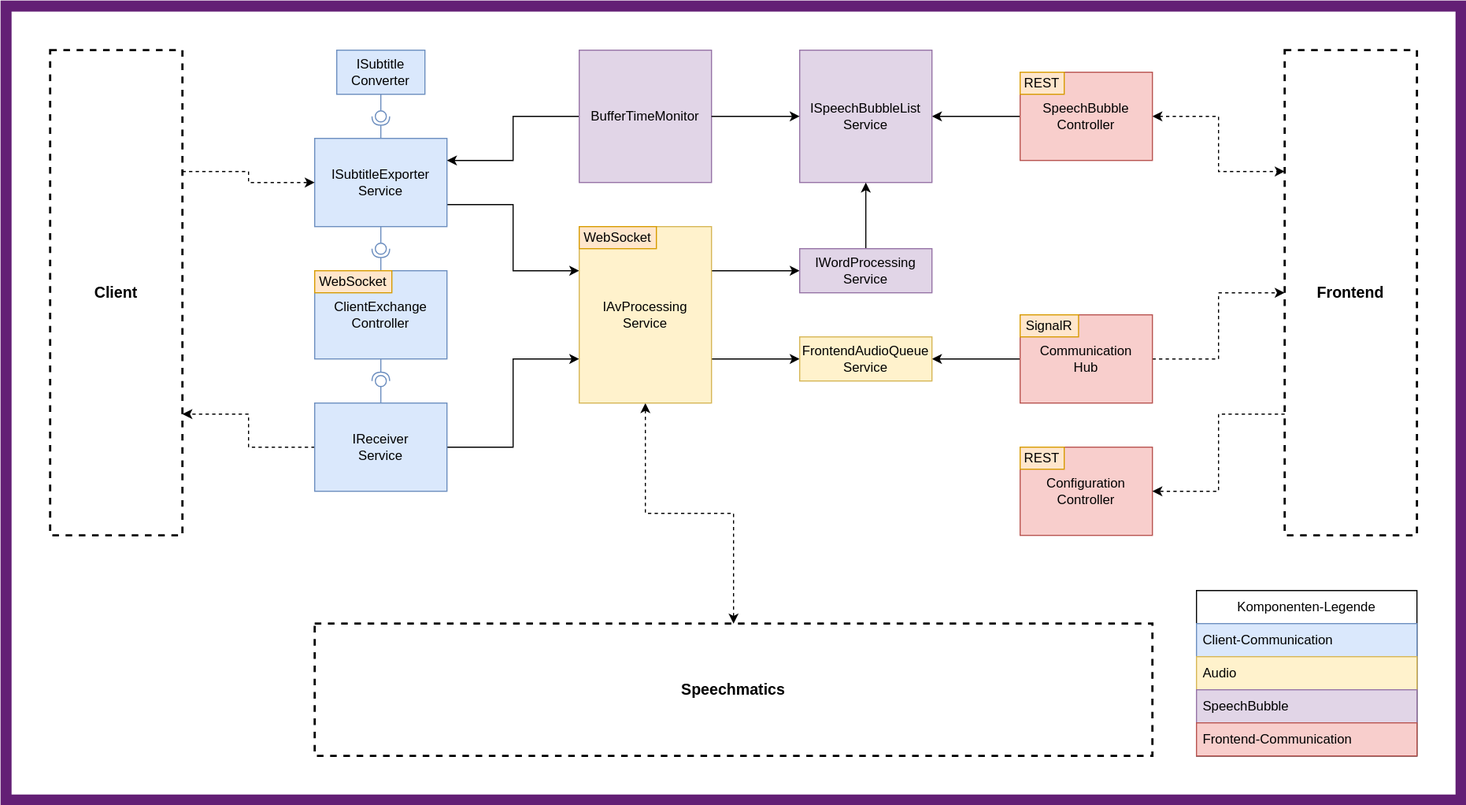
This is TechnicalDocumentation/arc42/img/Bausteinsicht_2_Backend.drawio.svg from Subletic/Documentation, a draw.io export, as it was before one commit. Source tidied: cells renumbered, new cells last; positions are measured from the earlier drawing's top-left corner, leaving out a move shared by most shapes.
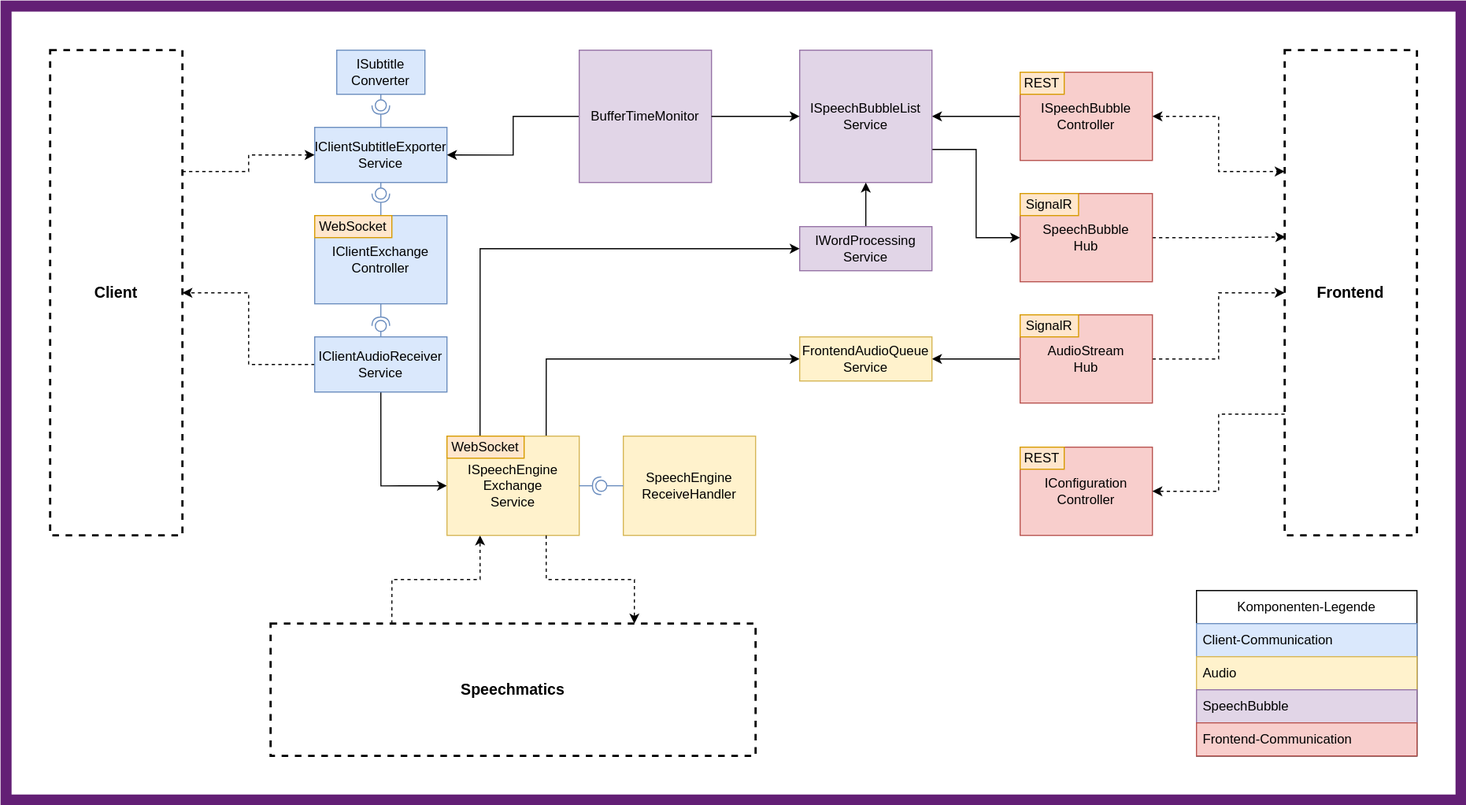
After the commit.

The edit, as a diff of the source:
```diff
@@ -5,35 +5,32 @@
     <mxCell id="2" style="rounded=0;whiteSpace=wrap;html=1;strokeColor=#631f75;strokeWidth=10;" parent="1" vertex="1">
       <mxGeometry width="1320" height="720" as="geometry" />
     </mxCell>
-    <mxCell id="3" value="&lt;div&gt;ClientExchange&lt;/div&gt;&lt;div&gt;Controller&lt;/div&gt;" style="html=1;whiteSpace=wrap;fillColor=#dae8fc;strokeColor=#6c8ebf;" parent="1" vertex="1">
-      <mxGeometry x="280" y="240" width="120" height="80" as="geometry" />
+    <mxCell id="3" value="&lt;div&gt;IClientExchange&lt;/div&gt;&lt;div&gt;Controller&lt;/div&gt;" style="html=1;whiteSpace=wrap;fillColor=#dae8fc;strokeColor=#6c8ebf;" parent="1" vertex="1">
+      <mxGeometry x="280" y="190" width="120" height="80" as="geometry" />
     </mxCell>
     <mxCell id="4" style="ellipse;whiteSpace=wrap;html=1;align=center;fillColor=none;strokeColor=none;perimeter=centerPerimeter;" parent="1" vertex="1">
       <mxGeometry x="480" y="270" width="10" height="10" as="geometry" />
     </mxCell>
-    <mxCell id="5" style="edgeStyle=orthogonalEdgeStyle;rounded=0;jettySize=auto;html=1;exitX=1;exitY=0.75;exitDx=0;exitDy=0;entryX=0;entryY=0.25;entryDx=0;entryDy=0;" parent="1" edge="1" source="6" target="20">
-      <mxGeometry relative="1" as="geometry" />
-    </mxCell>
-    <mxCell id="6" value="&lt;div&gt;ISubtitleExporter&lt;/div&gt;&lt;div&gt;Service&lt;/div&gt;" style="html=1;whiteSpace=wrap;fillColor=#dae8fc;strokeColor=#6c8ebf;" parent="1" vertex="1">
-      <mxGeometry x="280" y="120" width="120" height="80" as="geometry" />
+    <mxCell id="6" value="&lt;div&gt;IClientSubtitleExporter&lt;/div&gt;&lt;div&gt;Service&lt;/div&gt;" style="html=1;whiteSpace=wrap;fillColor=#dae8fc;strokeColor=#6c8ebf;" parent="1" vertex="1">
+      <mxGeometry x="280" y="110" width="120" height="50" as="geometry" />
     </mxCell>
-    <mxCell id="7" style="edgeStyle=orthogonalEdgeStyle;rounded=0;jettySize=auto;html=1;exitX=1;exitY=0.5;exitDx=0;exitDy=0;entryX=0;entryY=0.75;entryDx=0;entryDy=0;" parent="1" edge="1" source="9" target="20">
+    <mxCell id="7" style="edgeStyle=orthogonalEdgeStyle;rounded=0;jettySize=auto;html=1;exitX=0.5;exitY=1;exitDx=0;exitDy=0;entryX=0;entryY=0.5;entryDx=0;entryDy=0;" parent="1" edge="1" source="9" target="56">
       <mxGeometry relative="1" as="geometry" />
     </mxCell>
-    <mxCell id="8" style="edgeStyle=orthogonalEdgeStyle;rounded=0;jettySize=auto;html=1;exitX=0;exitY=0.5;exitDx=0;exitDy=0;entryX=1;entryY=0.75;entryDx=0;entryDy=0;dashed=1;" parent="1" edge="1" source="9" target="46">
+    <mxCell id="8" style="edgeStyle=orthogonalEdgeStyle;rounded=0;jettySize=auto;html=1;exitX=0;exitY=0.5;exitDx=0;exitDy=0;entryX=1;entryY=0.5;entryDx=0;entryDy=0;dashed=1;" parent="1" edge="1" source="9" target="46">
       <mxGeometry relative="1" as="geometry" />
     </mxCell>
-    <mxCell id="9" value="&lt;div&gt;IReceiver&lt;/div&gt;&lt;div&gt;Service&lt;/div&gt;" style="html=1;whiteSpace=wrap;fillColor=#dae8fc;strokeColor=#6c8ebf;" parent="1" vertex="1">
-      <mxGeometry x="280" y="360" width="120" height="80" as="geometry" />
+    <mxCell id="9" value="&lt;div&gt;IClientAudioReceiver&lt;/div&gt;&lt;div&gt;Service&lt;/div&gt;" style="html=1;whiteSpace=wrap;fillColor=#dae8fc;strokeColor=#6c8ebf;" parent="1" vertex="1">
+      <mxGeometry x="280" y="300" width="120" height="50" as="geometry" />
     </mxCell>
     <mxCell id="10" style="rounded=0;jettySize=auto;html=1;endArrow=halfCircle;endFill=0;endSize=6;strokeWidth=1;sketch=0;exitX=0.5;exitY=0;exitDx=0;exitDy=0;fillColor=#dae8fc;strokeColor=#6c8ebf;" parent="1" edge="1" source="3">
       <mxGeometry relative="1" as="geometry">
-        <mxPoint x="340" y="220" as="targetPoint" />
+        <mxPoint x="340" y="170" as="targetPoint" />
       </mxGeometry>
     </mxCell>
     <mxCell id="11" style="rounded=0;jettySize=auto;html=1;endArrow=oval;endFill=0;sketch=0;sourcePerimeterSpacing=0;targetPerimeterSpacing=0;endSize=10;exitX=0.5;exitY=1;exitDx=0;exitDy=0;fillColor=#dae8fc;strokeColor=#6c8ebf;" parent="1" edge="1" source="6">
       <mxGeometry relative="1" as="geometry">
-        <mxPoint x="340" y="220" as="targetPoint" />
+        <mxPoint x="340" y="170" as="targetPoint" />
       </mxGeometry>
     </mxCell>
     <mxCell id="12" style="ellipse;whiteSpace=wrap;html=1;align=center;fillColor=none;strokeColor=none;perimeter=centerPerimeter;" parent="1" vertex="1">
@@ -41,12 +38,12 @@
     </mxCell>
     <mxCell id="13" style="rounded=0;jettySize=auto;html=1;endArrow=halfCircle;endFill=0;endSize=6;strokeWidth=1;sketch=0;exitX=0.5;exitY=1;exitDx=0;exitDy=0;fillColor=#dae8fc;strokeColor=#6c8ebf;" parent="1" edge="1" source="3">
       <mxGeometry relative="1" as="geometry">
-        <mxPoint x="340" y="340" as="targetPoint" />
+        <mxPoint x="340" y="290" as="targetPoint" />
       </mxGeometry>
     </mxCell>
     <mxCell id="14" style="rounded=0;jettySize=auto;html=1;endArrow=oval;endFill=0;sketch=0;sourcePerimeterSpacing=0;targetPerimeterSpacing=0;endSize=10;exitX=0.5;exitY=0;exitDx=0;exitDy=0;fillColor=#dae8fc;strokeColor=#6c8ebf;" parent="1" edge="1" source="9">
       <mxGeometry relative="1" as="geometry">
-        <mxPoint x="340" y="340" as="targetPoint" />
+        <mxPoint x="340" y="290" as="targetPoint" />
       </mxGeometry>
     </mxCell>
     <mxCell id="15" style="ellipse;whiteSpace=wrap;html=1;align=center;fillColor=none;strokeColor=none;perimeter=centerPerimeter;" parent="1" vertex="1">
@@ -55,19 +52,10 @@
     <mxCell id="16" value="&lt;div&gt;ISubtitle&lt;/div&gt;&lt;div&gt;Converter&lt;/div&gt;" style="html=1;whiteSpace=wrap;fillColor=#dae8fc;strokeColor=#6c8ebf;" parent="1" vertex="1">
       <mxGeometry x="300" y="40" width="80" height="40" as="geometry" />
     </mxCell>
-    <mxCell id="17" style="edgeStyle=orthogonalEdgeStyle;rounded=0;jettySize=auto;html=1;exitX=1;exitY=0.25;exitDx=0;exitDy=0;entryX=0;entryY=0.5;entryDx=0;entryDy=0;" parent="1" edge="1" source="20" target="30">
-      <mxGeometry relative="1" as="geometry" />
-    </mxCell>
-    <mxCell id="18" style="edgeStyle=orthogonalEdgeStyle;rounded=0;jettySize=auto;html=1;exitX=1;exitY=0.75;exitDx=0;exitDy=0;entryX=0;entryY=0.5;entryDx=0;entryDy=0;" parent="1" edge="1" source="20" target="32">
+    <mxCell id="18" style="edgeStyle=orthogonalEdgeStyle;rounded=0;jettySize=auto;html=1;exitX=0.75;exitY=0;exitDx=0;exitDy=0;entryX=0;entryY=0.5;entryDx=0;entryDy=0;" parent="1" edge="1" source="56" target="32">
       <mxGeometry relative="1" as="geometry" />
     </mxCell>
-    <mxCell id="19" style="edgeStyle=orthogonalEdgeStyle;rounded=0;jettySize=auto;html=1;exitX=0.5;exitY=1;exitDx=0;exitDy=0;startArrow=classic;startFill=1;dashed=1;" parent="1" edge="1" source="20" target="49">
-      <mxGeometry relative="1" as="geometry" />
-    </mxCell>
-    <mxCell id="20" value="&lt;div&gt;IAvProcessing&lt;/div&gt;&lt;div&gt;Service&lt;/div&gt;" style="html=1;whiteSpace=wrap;fillColor=#fff2cc;strokeColor=#d6b656;" parent="1" vertex="1">
-      <mxGeometry x="520" y="200" width="120" height="160" as="geometry" />
-    </mxCell>
-    <mxCell id="21" style="edgeStyle=orthogonalEdgeStyle;rounded=0;jettySize=auto;html=1;exitX=0;exitY=0.5;exitDx=0;exitDy=0;entryX=1;entryY=0.25;entryDx=0;entryDy=0;" parent="1" edge="1" source="22" target="6">
+    <mxCell id="21" style="edgeStyle=orthogonalEdgeStyle;rounded=0;jettySize=auto;html=1;exitX=0;exitY=0.5;exitDx=0;exitDy=0;entryX=1;entryY=0.5;entryDx=0;entryDy=0;" parent="1" edge="1" source="22" target="6">
       <mxGeometry relative="1" as="geometry" />
     </mxCell>
     <mxCell id="22" value="BufferTimeMonitor" style="html=1;whiteSpace=wrap;fillColor=#e1d5e7;strokeColor=#9673a6;" parent="1" vertex="1">
@@ -76,17 +64,20 @@
     <mxCell id="23" style="edgeStyle=orthogonalEdgeStyle;rounded=0;jettySize=auto;html=1;entryX=1;entryY=0.5;entryDx=0;entryDy=0;exitX=0;exitY=0.5;exitDx=0;exitDy=0;" parent="1" edge="1" source="36" target="24">
       <mxGeometry relative="1" as="geometry" />
     </mxCell>
+    <mxCell id="53" style="edgeStyle=orthogonalEdgeStyle;rounded=0;jettySize=auto;html=1;exitX=1;exitY=0.75;exitDx=0;exitDy=0;entryX=0;entryY=0.5;entryDx=0;entryDy=0;" parent="1" edge="1" source="24" target="59">
+      <mxGeometry relative="1" as="geometry" />
+    </mxCell>
     <mxCell id="24" value="&lt;div&gt;ISpeechBubbleList&lt;/div&gt;&lt;div&gt;Service&lt;br&gt;&lt;/div&gt;" style="html=1;whiteSpace=wrap;fillColor=#e1d5e7;strokeColor=#9673a6;" parent="1" vertex="1">
       <mxGeometry x="720" y="40" width="120" height="120" as="geometry" />
     </mxCell>
     <mxCell id="25" style="rounded=0;jettySize=auto;html=1;endArrow=halfCircle;endFill=0;endSize=6;strokeWidth=1;sketch=0;exitX=0.5;exitY=0;exitDx=0;exitDy=0;fillColor=#dae8fc;strokeColor=#6c8ebf;" parent="1" edge="1" source="6">
       <mxGeometry relative="1" as="geometry">
-        <mxPoint x="340" y="100" as="targetPoint" />
+        <mxPoint x="340" y="90" as="targetPoint" />
       </mxGeometry>
     </mxCell>
     <mxCell id="26" style="rounded=0;jettySize=auto;html=1;endArrow=oval;endFill=0;sketch=0;sourcePerimeterSpacing=0;targetPerimeterSpacing=0;endSize=10;exitX=0.5;exitY=1;exitDx=0;exitDy=0;fillColor=#dae8fc;strokeColor=#6c8ebf;" parent="1" edge="1" source="16">
       <mxGeometry relative="1" as="geometry">
-        <mxPoint x="340" y="100" as="targetPoint" />
+        <mxPoint x="340" y="90" as="targetPoint" />
       </mxGeometry>
     </mxCell>
     <mxCell id="27" style="ellipse;whiteSpace=wrap;html=1;align=center;fillColor=none;strokeColor=none;perimeter=centerPerimeter;" parent="1" vertex="1">
@@ -99,7 +90,7 @@
       <mxGeometry relative="1" as="geometry" />
     </mxCell>
     <mxCell id="30" value="&lt;div&gt;IWordProcessing&lt;/div&gt;&lt;div&gt;Service&lt;br&gt;&lt;/div&gt;" style="html=1;whiteSpace=wrap;fillColor=#e1d5e7;strokeColor=#9673a6;" parent="1" vertex="1">
-      <mxGeometry x="720" y="220" width="120" height="40" as="geometry" />
+      <mxGeometry x="720" y="200" width="120" height="40" as="geometry" />
     </mxCell>
     <mxCell id="31" style="edgeStyle=orthogonalEdgeStyle;rounded=0;jettySize=auto;html=1;entryX=1;entryY=0.5;entryDx=0;entryDy=0;exitX=0;exitY=0.5;exitDx=0;exitDy=0;" parent="1" edge="1" source="34" target="32">
       <mxGeometry relative="1" as="geometry" />
@@ -110,24 +101,21 @@
     <mxCell id="33" style="edgeStyle=orthogonalEdgeStyle;rounded=0;jettySize=auto;html=1;exitX=1;exitY=0.5;exitDx=0;exitDy=0;entryX=0;entryY=0.5;entryDx=0;entryDy=0;dashed=1;" parent="1" edge="1" source="34" target="48">
       <mxGeometry relative="1" as="geometry" />
     </mxCell>
-    <mxCell id="34" value="Communication&lt;br&gt;Hub" style="html=1;whiteSpace=wrap;fillColor=#f8cecc;strokeColor=#b85450;" parent="1" vertex="1">
+    <mxCell id="34" value="AudioStream&lt;br&gt;Hub" style="html=1;whiteSpace=wrap;fillColor=#f8cecc;strokeColor=#b85450;" parent="1" vertex="1">
       <mxGeometry x="920" y="280" width="120" height="80" as="geometry" />
     </mxCell>
     <mxCell id="35" style="edgeStyle=orthogonalEdgeStyle;rounded=0;jettySize=auto;html=1;exitX=1;exitY=0.5;exitDx=0;exitDy=0;entryX=0;entryY=0.25;entryDx=0;entryDy=0;dashed=1;startArrow=classic;startFill=1;" parent="1" edge="1" source="36" target="48">
       <mxGeometry relative="1" as="geometry" />
     </mxCell>
-    <mxCell id="36" value="&lt;div&gt;SpeechBubble&lt;/div&gt;&lt;div&gt;Controller&lt;br&gt;&lt;/div&gt;" style="html=1;whiteSpace=wrap;fillColor=#f8cecc;strokeColor=#b85450;" parent="1" vertex="1">
+    <mxCell id="36" value="&lt;div&gt;ISpeechBubble&lt;/div&gt;&lt;div&gt;Controller&lt;br&gt;&lt;/div&gt;" style="html=1;whiteSpace=wrap;fillColor=#f8cecc;strokeColor=#b85450;" parent="1" vertex="1">
       <mxGeometry x="920" y="60" width="120" height="80" as="geometry" />
     </mxCell>
-    <mxCell id="37" value="Configuration&lt;div&gt;Controller&lt;/div&gt;" style="html=1;whiteSpace=wrap;fillColor=#f8cecc;strokeColor=#b85450;" parent="1" vertex="1">
+    <mxCell id="37" value="IConfiguration&lt;div&gt;Controller&lt;/div&gt;" style="html=1;whiteSpace=wrap;fillColor=#f8cecc;strokeColor=#b85450;" parent="1" vertex="1">
       <mxGeometry x="920" y="400" width="120" height="80" as="geometry" />
     </mxCell>
     <mxCell id="38" value="WebSocket" style="rounded=0;whiteSpace=wrap;html=1;fillColor=#ffe6cc;strokeColor=#d79b00;" parent="1" vertex="1">
-      <mxGeometry x="280" y="240" width="70" height="20" as="geometry" />
+      <mxGeometry x="280" y="190" width="70" height="20" as="geometry" />
     </mxCell>
-    <mxCell id="39" value="WebSocket" style="rounded=0;whiteSpace=wrap;html=1;fillColor=#ffe6cc;strokeColor=#d79b00;" parent="1" vertex="1">
-      <mxGeometry x="520" y="200" width="70" height="20" as="geometry" />
-    </mxCell>
     <mxCell id="40" value="Komponenten-Legende" style="swimlane;fontStyle=0;horizontal=1;startSize=30;whiteSpace=wrap;html=1;" parent="1" vertex="1">
       <mxGeometry x="1080" y="530" width="200" height="150" as="geometry" />
     </mxCell>
@@ -155,8 +143,11 @@
     <mxCell id="48" value="&lt;font size=&quot;1&quot;&gt;&lt;b style=&quot;font-size: 14px;&quot;&gt;Frontend&lt;/b&gt;&lt;/font&gt;" style="rounded=0;whiteSpace=wrap;html=1;fillColor=none;dashed=1;strokeWidth=2;" parent="1" vertex="1">
       <mxGeometry x="1160" y="40" width="120" height="440" as="geometry" />
     </mxCell>
+    <mxCell id="54" style="edgeStyle=orthogonalEdgeStyle;rounded=0;jettySize=auto;html=1;exitX=0.25;exitY=0;exitDx=0;exitDy=0;entryX=0.25;entryY=1;entryDx=0;entryDy=0;dashed=1;" parent="1" edge="1" source="49" target="56">
+      <mxGeometry relative="1" as="geometry" />
+    </mxCell>
     <mxCell id="49" value="&lt;font size=&quot;1&quot;&gt;&lt;b style=&quot;font-size: 14px;&quot;&gt;Speechmatics&lt;/b&gt;&lt;/font&gt;" style="rounded=0;whiteSpace=wrap;html=1;fillColor=none;dashed=1;strokeWidth=2;" parent="1" vertex="1">
-      <mxGeometry x="280" y="560" width="760" height="120" as="geometry" />
+      <mxGeometry x="240" y="560" width="440" height="120" as="geometry" />
     </mxCell>
     <mxCell id="50" value="SignalR" style="rounded=0;whiteSpace=wrap;html=1;fillColor=#ffe6cc;strokeColor=#d79b00;" parent="1" vertex="1">
       <mxGeometry x="920" y="280" width="53" height="20" as="geometry" />
@@ -167,5 +158,39 @@
     <mxCell id="52" value="REST" style="rounded=0;whiteSpace=wrap;html=1;fillColor=#ffe6cc;strokeColor=#d79b00;" parent="1" vertex="1">
       <mxGeometry x="920" y="60" width="40" height="20" as="geometry" />
     </mxCell>
+    <mxCell id="55" style="edgeStyle=orthogonalEdgeStyle;rounded=0;jettySize=auto;html=1;entryX=0;entryY=0.5;entryDx=0;entryDy=0;exitX=0.25;exitY=0;exitDx=0;exitDy=0;" parent="1" edge="1" source="56" target="30">
+      <mxGeometry relative="1" as="geometry" />
+    </mxCell>
+    <mxCell id="56" value="&lt;div&gt;ISpeechEngine&lt;/div&gt;&lt;div&gt;Exchange&lt;/div&gt;&lt;div&gt;Service&lt;/div&gt;" style="html=1;whiteSpace=wrap;fillColor=#fff2cc;strokeColor=#d6b656;" parent="1" vertex="1">
+      <mxGeometry x="400" y="390" width="120" height="90" as="geometry" />
+    </mxCell>
+    <mxCell id="57" style="edgeStyle=orthogonalEdgeStyle;rounded=0;jettySize=auto;html=1;exitX=0.75;exitY=1;exitDx=0;exitDy=0;entryX=0.75;entryY=0;entryDx=0;entryDy=0;dashed=1;" parent="1" edge="1" source="56" target="49">
+      <mxGeometry relative="1" as="geometry" />
+    </mxCell>
+    <mxCell id="39" value="WebSocket" style="rounded=0;whiteSpace=wrap;html=1;fillColor=#ffe6cc;strokeColor=#d79b00;" parent="1" vertex="1">
+      <mxGeometry x="400" y="390" width="70" height="20" as="geometry" />
+    </mxCell>
+    <mxCell id="58" style="edgeStyle=orthogonalEdgeStyle;rounded=0;jettySize=auto;html=1;exitX=1;exitY=0.5;exitDx=0;exitDy=0;entryX=0.005;entryY=0.385;entryDx=0;entryDy=0;dashed=1;entryPerimeter=0;" parent="1" edge="1" source="59" target="48">
+      <mxGeometry relative="1" as="geometry" />
+    </mxCell>
+    <mxCell id="59" value="SpeechBubble&lt;br&gt;Hub" style="html=1;whiteSpace=wrap;fillColor=#f8cecc;strokeColor=#b85450;" parent="1" vertex="1">
+      <mxGeometry x="920" y="170" width="120" height="80" as="geometry" />
+    </mxCell>
+    <mxCell id="60" value="SignalR" style="rounded=0;whiteSpace=wrap;html=1;fillColor=#ffe6cc;strokeColor=#d79b00;" parent="1" vertex="1">
+      <mxGeometry x="920" y="170" width="53" height="20" as="geometry" />
+    </mxCell>
+    <mxCell id="61" value="SpeechEngine&lt;br&gt;ReceiveHandler" style="html=1;whiteSpace=wrap;fillColor=#fff2cc;strokeColor=#d6b656;" parent="1" vertex="1">
+      <mxGeometry x="560" y="390" width="120" height="90" as="geometry" />
+    </mxCell>
+    <mxCell id="62" style="rounded=0;jettySize=auto;html=1;endArrow=oval;endFill=0;sketch=0;sourcePerimeterSpacing=0;targetPerimeterSpacing=0;endSize=10;fillColor=#dae8fc;strokeColor=#6c8ebf;" parent="1" edge="1" source="61">
+      <mxGeometry relative="1" as="geometry">
+        <mxPoint x="540" y="435" as="targetPoint" />
+      </mxGeometry>
+    </mxCell>
+    <mxCell id="63" style="rounded=0;jettySize=auto;html=1;endArrow=halfCircle;endFill=0;endSize=6;strokeWidth=1;sketch=0;exitX=1;exitY=0.5;exitDx=0;exitDy=0;fillColor=#dae8fc;strokeColor=#6c8ebf;" parent="1" edge="1" source="56">
+      <mxGeometry relative="1" as="geometry">
+        <mxPoint x="540" y="435" as="targetPoint" />
+      </mxGeometry>
+    </mxCell>
   </root>
 </mxGraphModel>
```
